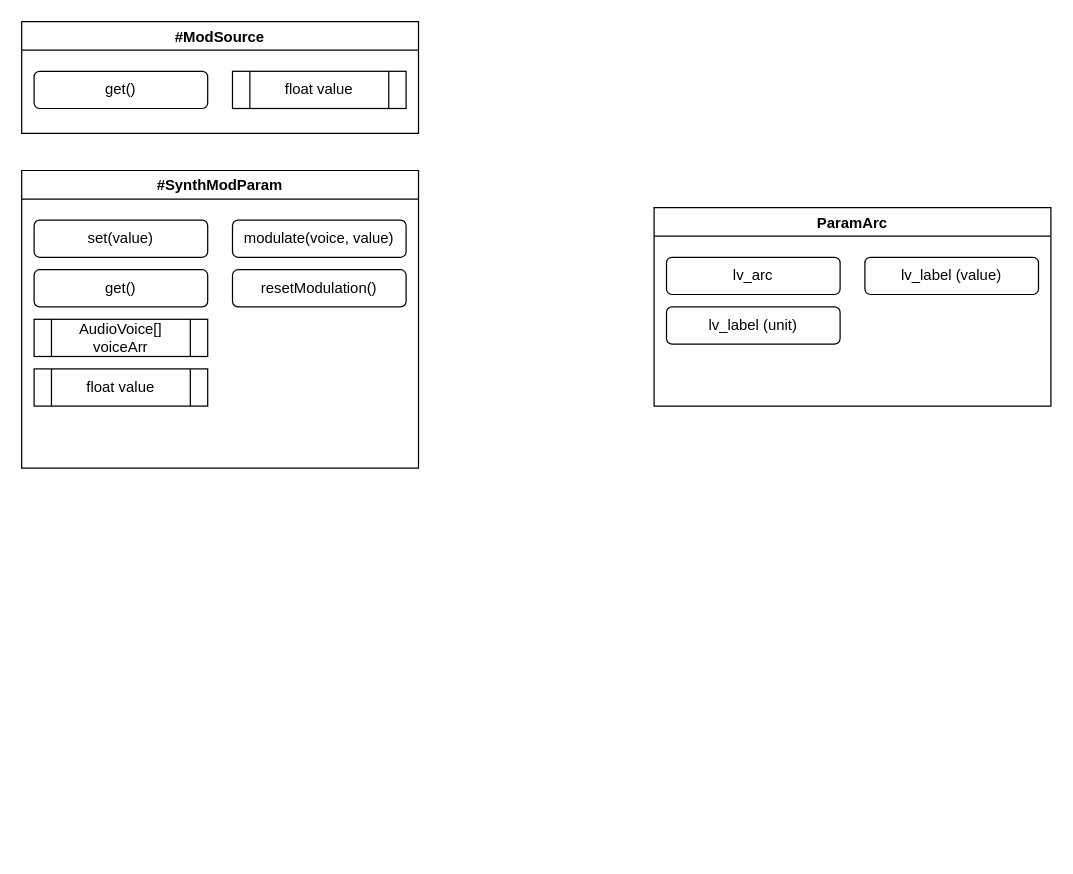
Above: Teensy_Grovebox_CODE/src/Audio/Diagram.drawio in jerry20091103/Teensy_Grovebox (draw.io), before the change. Source tidied: cells renumbered, new cells numbered last; positions are measured from the earlier drawing's top-left corner, leaving out a move shared by most shapes. Both pictures are drawn from the tidied source at 124%, with x=0, y=0 at pixel (21, 21).
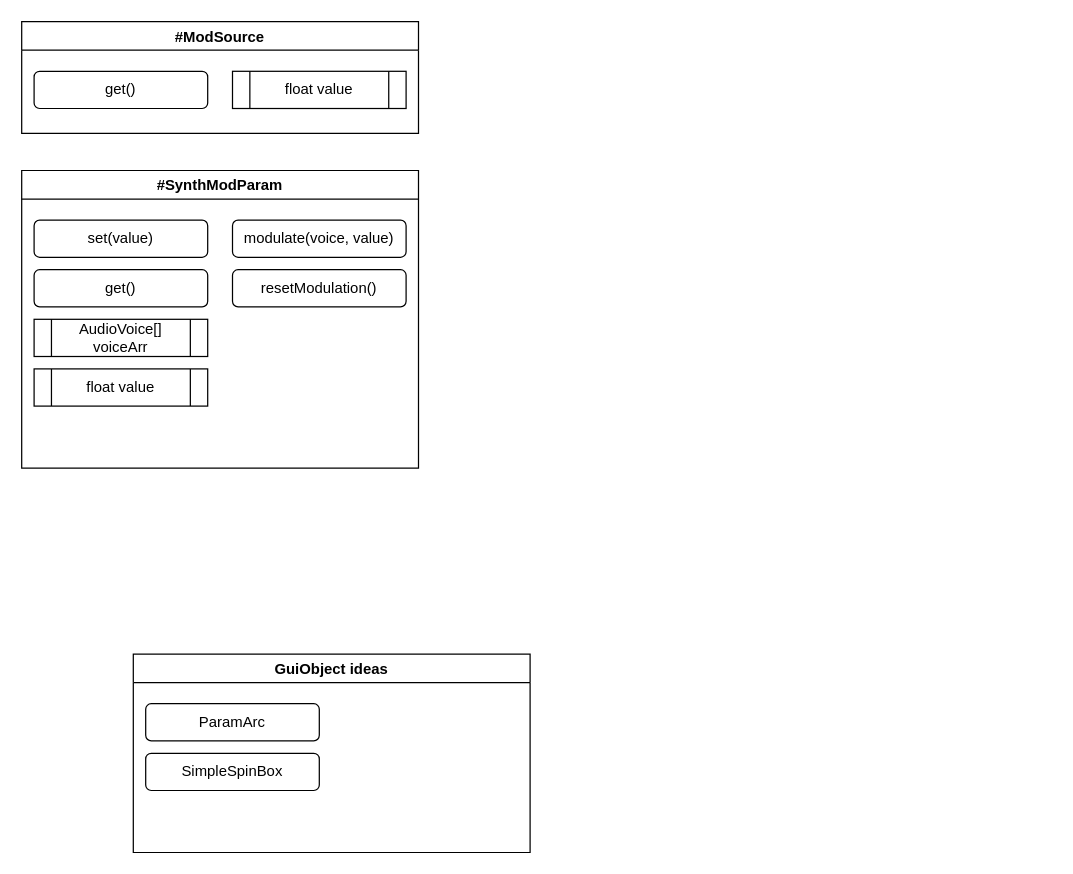
The same diagram, later.

Change to the diagram source:
```diff
@@
 <mxGraphModel>
   <root>
     <mxCell id="0" />
     <mxCell id="1" parent="0" />
     <mxCell id="2" value="#SynthModParam" style="swimlane;" parent="1" vertex="1">
       <mxGeometry y="120" width="320" height="240" as="geometry" />
     </mxCell>
     <mxCell id="3" value="set(value)" style="rounded=1;whiteSpace=wrap;html=1;" parent="2" vertex="1">
       <mxGeometry x="10" y="40" width="140" height="30" as="geometry" />
     </mxCell>
     <mxCell id="4" value="get()" style="rounded=1;whiteSpace=wrap;html=1;" parent="2" vertex="1">
       <mxGeometry x="10" y="80" width="140" height="30" as="geometry" />
     </mxCell>
     <mxCell id="5" value="float value" style="shape=process;whiteSpace=wrap;html=1;backgroundOutline=1;" parent="2" vertex="1">
       <mxGeometry x="10" y="160" width="140" height="30" as="geometry" />
     </mxCell>
     <mxCell id="6" value="modulate(voice, value)" style="rounded=1;whiteSpace=wrap;html=1;" parent="2" vertex="1">
       <mxGeometry x="170" y="40" width="140" height="30" as="geometry" />
     </mxCell>
     <mxCell id="7" value="AudioVoice[] voiceArr" style="shape=process;whiteSpace=wrap;html=1;backgroundOutline=1;" parent="2" vertex="1">
       <mxGeometry x="10" y="120" width="140" height="30" as="geometry" />
     </mxCell>
     <mxCell id="8" value="resetModulation()" style="rounded=1;whiteSpace=wrap;html=1;" parent="2" vertex="1">
       <mxGeometry x="170" y="80" width="140" height="30" as="geometry" />
     </mxCell>
     <mxCell id="9" value="#ModSource" style="swimlane;startSize=23;" parent="1" vertex="1">
       <mxGeometry width="320" height="90" as="geometry" />
     </mxCell>
     <mxCell id="10" value="get()" style="rounded=1;whiteSpace=wrap;html=1;" parent="9" vertex="1">
       <mxGeometry x="10" y="40" width="140" height="30" as="geometry" />
     </mxCell>
     <mxCell id="11" value="float value" style="shape=process;whiteSpace=wrap;html=1;backgroundOutline=1;" parent="9" vertex="1">
       <mxGeometry x="170" y="40" width="140" height="30" as="geometry" />
     </mxCell>
-    <mxCell id="12" value="ParamArc" style="swimlane;startSize=23;" parent="1" vertex="1">
-      <mxGeometry x="510" y="150" width="320" height="160" as="geometry" />
+    <mxCell id="12" value="GuiObject ideas" style="swimlane;startSize=23;" parent="1" vertex="1">
+      <mxGeometry x="90" y="510" width="320" height="160" as="geometry" />
     </mxCell>
-    <mxCell id="13" value="lv_arc" style="rounded=1;whiteSpace=wrap;html=1;" parent="12" vertex="1">
+    <mxCell id="13" value="ParamArc" style="rounded=1;whiteSpace=wrap;html=1;" parent="12" vertex="1">
       <mxGeometry x="10" y="40" width="140" height="30" as="geometry" />
     </mxCell>
-    <mxCell id="14" value="lv_label (value)" style="rounded=1;whiteSpace=wrap;html=1;" parent="12" vertex="1">
-      <mxGeometry x="170" y="40" width="140" height="30" as="geometry" />
-    </mxCell>
-    <mxCell id="15" value="lv_label (unit)" style="rounded=1;whiteSpace=wrap;html=1;" parent="12" vertex="1">
+    <mxCell id="15" value="SimpleSpinBox" style="rounded=1;whiteSpace=wrap;html=1;" parent="12" vertex="1">
       <mxGeometry x="10" y="80" width="140" height="30" as="geometry" />
     </mxCell>
   </root>
 </mxGraphModel>
```
